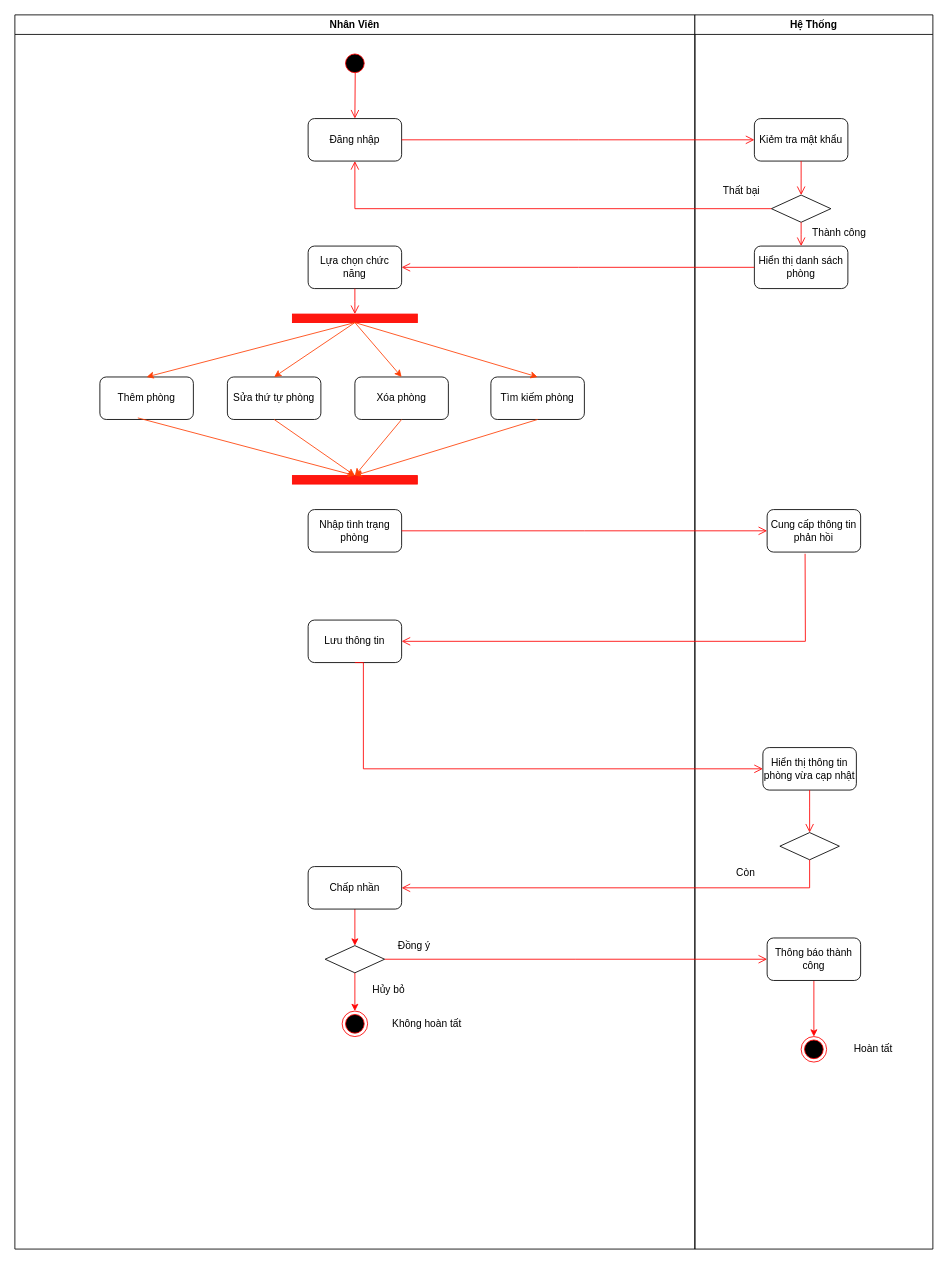
LiLLy3172005/HUYNHLUULY- keeps this draw.io diagram as .mvn/wrapper/Biểu đồ hoạt động 2 .drawio. Above is the earlier version. Source tidied: cells renumbered, new cells numbered last; positions are measured from the earlier drawing's top-left corner, leaving out a move shared by most shapes. Both pictures are drawn from the tidied source at 85%, with x=0, y=0 at pixel (14, 14).
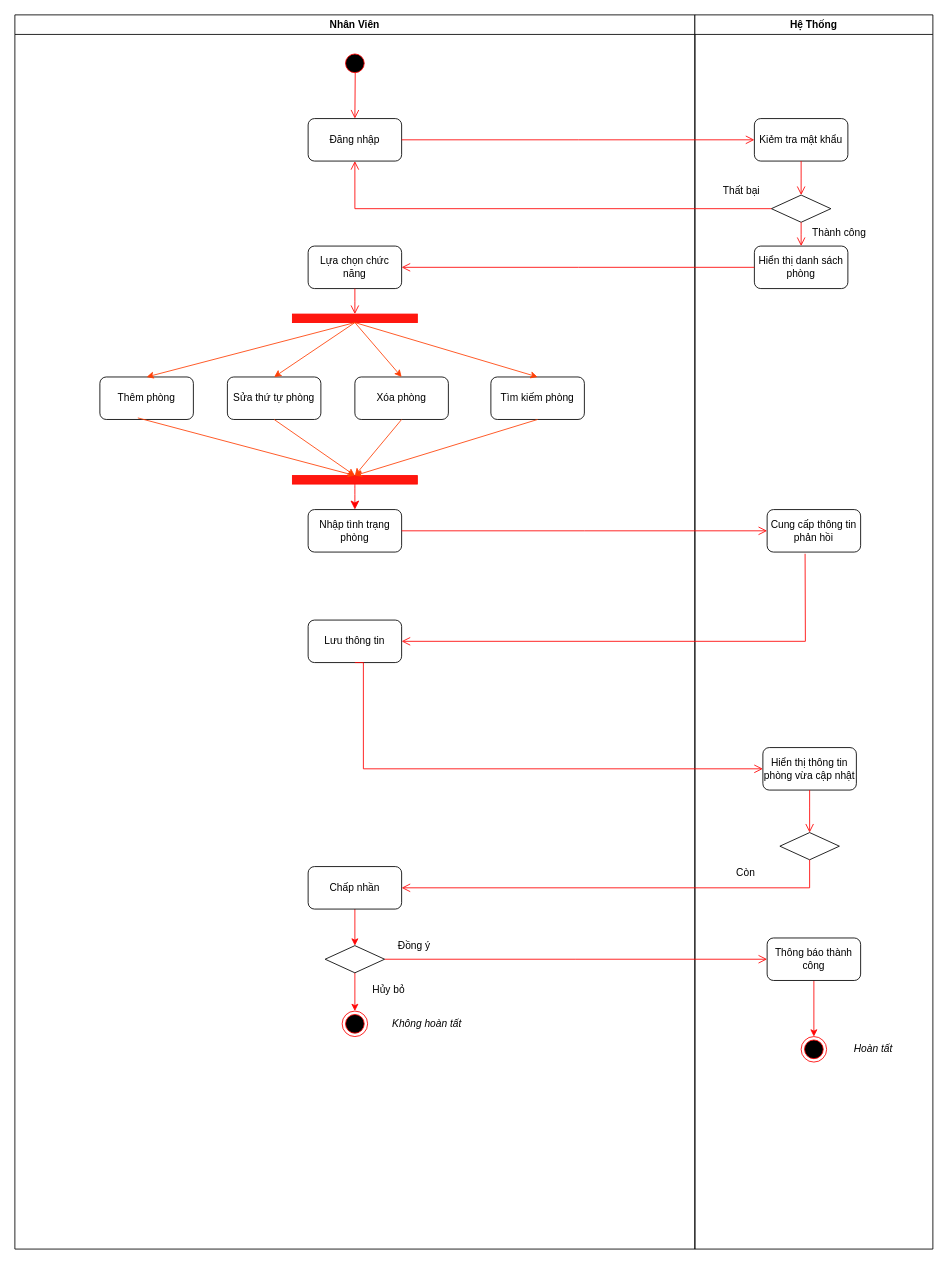
After the change.

Commit message:
Cập nhật Biểu đồ hoạt động 2 .drawio

Unchanged cells that the change refers to:
```xml
<mxCell id="2" value="Nhân Viên" style="swimlane;whiteSpace=wrap;" parent="1" vertex="1">
  <mxGeometry width="800" height="1452" as="geometry" />
</mxCell>
<mxCell id="16" value="Nhập tình trạng phòng" style="rounded=1;whiteSpace=wrap;html=1;" parent="2" vertex="1">
  <mxGeometry x="345" y="582" width="110" height="50" as="geometry" />
</mxCell>
<mxCell id="21" style="whiteSpace=wrap;html=1;rounded=0;shadow=0;comic=0;labelBackgroundColor=none;strokeWidth=1;fillColor=#FF170F;fontFamily=Verdana;fontSize=12;align=center;rotation=0;strokeColor=#FF0800;" parent="2" vertex="1">
  <mxGeometry x="326.5" y="542" width="147" height="10" as="geometry" />
</mxCell>
<mxCell id="32" value="Hệ Thống" style="swimlane;whiteSpace=wrap;" parent="1" vertex="1">
  <mxGeometry x="800" width="280" height="1452" as="geometry" />
</mxCell>
```

The edit, as a diff of the source:
```diff
@@
+    <mxCell id="57" style="edgeStyle=none;curved=1;rounded=0;jettySize=auto;html=1;fontSize=12;startSize=8;endSize=8;strokeColor=#ff0000;fontColor=#ff0000;" parent="2" edge="1" source="21" target="16">
+      <mxGeometry relative="1" as="geometry" />
+    </mxCell>
@@
-    <mxCell id="29" value="Không hoàn tất" style="text;html=1;align=center;verticalAlign=middle;whiteSpace=wrap;rounded=0;" parent="2" vertex="1">
+    <mxCell id="29" value="Không hoàn tất" style="text;html=1;align=center;verticalAlign=middle;whiteSpace=wrap;rounded=0;fontStyle=2;" parent="2" vertex="1">
       <mxGeometry x="435" y="1172" width="100" height="30" as="geometry" />
     </mxCell>
@@
-    <mxCell id="39" value="Hiển thị thông tin phòng vừa cạp nhật" style="rounded=1;whiteSpace=wrap;html=1;" parent="32" vertex="1">
+    <mxCell id="39" value="Hiển thị thông tin phòng vừa cập nhật" style="rounded=1;whiteSpace=wrap;html=1;" parent="32" vertex="1">
       <mxGeometry x="80" y="862" width="110" height="50" as="geometry" />
     </mxCell>
@@
-    <mxCell id="47" value="Hoàn tất" style="text;html=1;align=center;verticalAlign=middle;whiteSpace=wrap;rounded=0;" parent="32" vertex="1">
+    <mxCell id="47" value="Hoàn tất" style="text;html=1;align=center;verticalAlign=middle;whiteSpace=wrap;rounded=0;fontStyle=2;" parent="32" vertex="1">
       <mxGeometry x="180" y="1202" width="60" height="30" as="geometry" />
     </mxCell>
```
